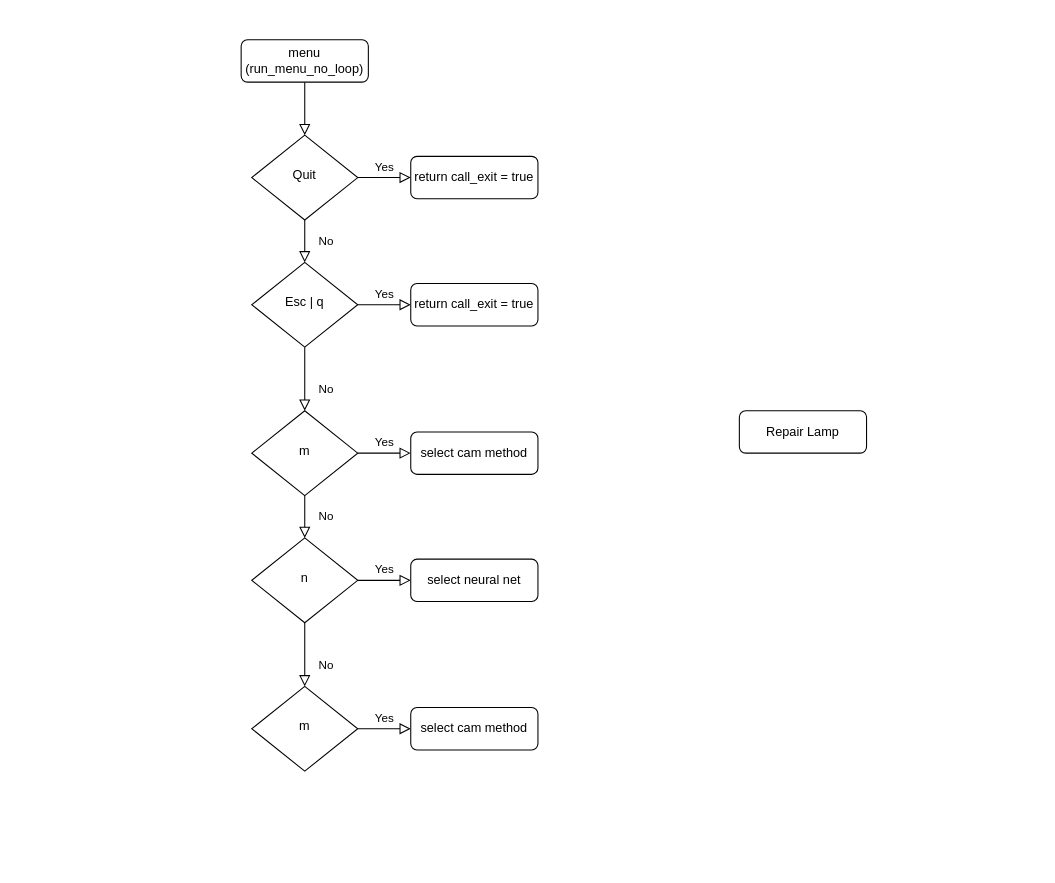
This is Untitled Diagram.drawio from RocaPiedra/XAI-Visualizer, a draw.io file, before an edit. Source tidied: cells renumbered, new cells numbered last; positions are measured from the earlier drawing's top-left corner, leaving out a move shared by most shapes. Both pictures are drawn from the tidied source at 106%, with x=0, y=0 at pixel (241, 39).
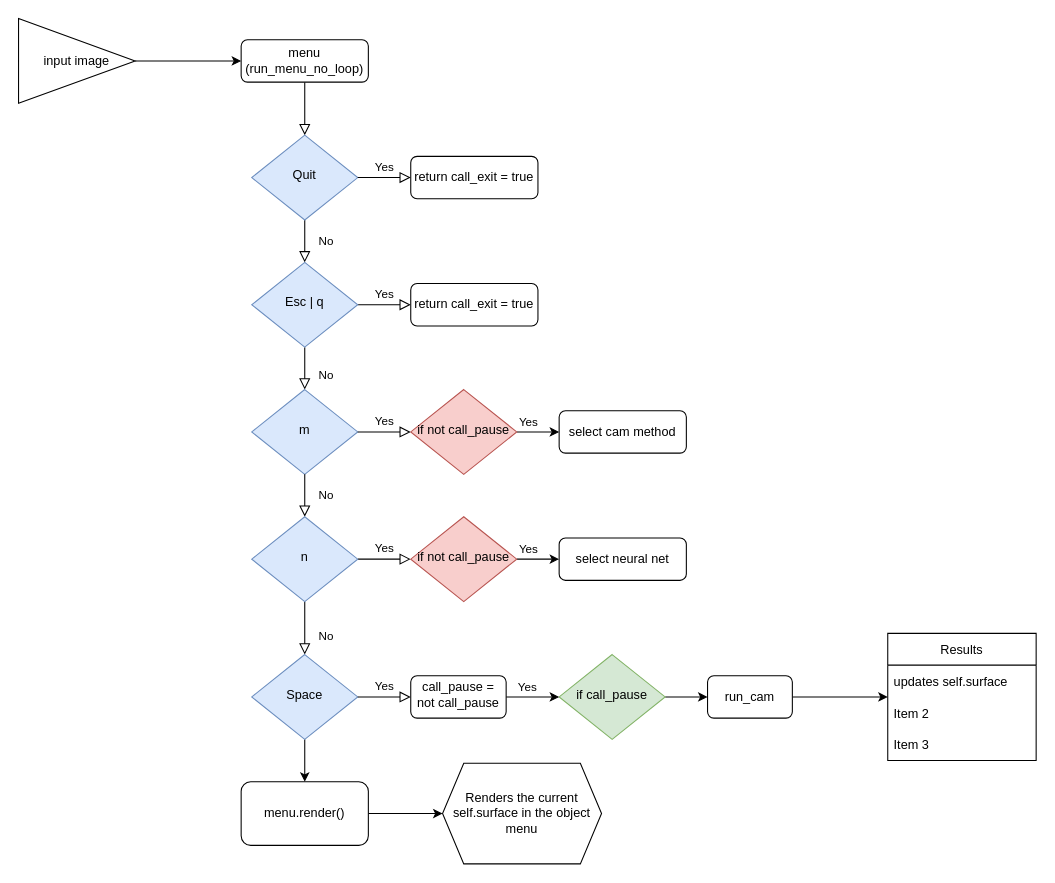
Above is the later version.

The change refers to these unchanged cells:
```xml
<mxCell id="3" value="menu (run_menu_no_loop)" style="rounded=1;whiteSpace=wrap;html=1;fontSize=12;glass=0;strokeWidth=1;shadow=0;" parent="1" vertex="1">
  <mxGeometry width="120" height="40" as="geometry" />
</mxCell>
```

The edit, as a diff of the source:
```diff
@@
-    <mxCell id="5" value="Quit" style="rhombus;whiteSpace=wrap;html=1;shadow=0;fontFamily=Helvetica;fontSize=12;align=center;strokeWidth=1;spacing=6;spacingTop=-4;" parent="1" vertex="1">
+    <mxCell id="5" value="Quit" style="rhombus;whiteSpace=wrap;html=1;shadow=0;fontFamily=Helvetica;fontSize=12;align=center;strokeWidth=1;spacing=6;spacingTop=-4;fillColor=#dae8fc;strokeColor=#6c8ebf;" parent="1" vertex="1">
       <mxGeometry x="10" y="90" width="100" height="80" as="geometry" />
     </mxCell>
@@
-    <mxCell id="9" value="Esc | q" style="rhombus;whiteSpace=wrap;html=1;shadow=0;fontFamily=Helvetica;fontSize=12;align=center;strokeWidth=1;spacing=6;spacingTop=-4;" parent="1" vertex="1">
+    <mxCell id="9" value="Esc | q" style="rhombus;whiteSpace=wrap;html=1;shadow=0;fontFamily=Helvetica;fontSize=12;align=center;strokeWidth=1;spacing=6;spacingTop=-4;fillColor=#dae8fc;strokeColor=#6c8ebf;" parent="1" vertex="1">
       <mxGeometry x="10" y="210" width="100" height="80" as="geometry" />
     </mxCell>
@@
-    <mxCell id="12" value="m" style="rhombus;whiteSpace=wrap;html=1;shadow=0;fontFamily=Helvetica;fontSize=12;align=center;strokeWidth=1;spacing=6;spacingTop=-4;" parent="1" vertex="1">
-      <mxGeometry x="10" y="350" width="100" height="80" as="geometry" />
+    <mxCell id="12" value="m" style="rhombus;whiteSpace=wrap;html=1;shadow=0;fontFamily=Helvetica;fontSize=12;align=center;strokeWidth=1;spacing=6;spacingTop=-4;fillColor=#dae8fc;strokeColor=#6c8ebf;" parent="1" vertex="1">
+      <mxGeometry x="10" y="330" width="100" height="80" as="geometry" />
     </mxCell>
-    <mxCell id="13" value="Repair Lamp" style="rounded=1;whiteSpace=wrap;html=1;fontSize=12;glass=0;strokeWidth=1;shadow=0;" parent="1" vertex="1">
-      <mxGeometry x="470" y="350" width="120" height="40" as="geometry" />
-    </mxCell>
-    <mxCell id="14" value="Yes" style="edgeStyle=orthogonalEdgeStyle;rounded=0;html=1;jettySize=auto;fontSize=11;endArrow=block;endFill=0;endSize=8;strokeWidth=1;shadow=0;labelBackgroundColor=none;" parent="1" edge="1" source="12" target="15">
+    <mxCell id="14" value="Yes" style="edgeStyle=orthogonalEdgeStyle;rounded=0;html=1;jettySize=auto;fontSize=11;endArrow=block;endFill=0;endSize=8;strokeWidth=1;shadow=0;labelBackgroundColor=none;" parent="1" edge="1" source="12" target="31">
       <mxGeometry y="10" relative="1" as="geometry" />
     </mxCell>
-    <mxCell id="15" value="select cam method" style="rounded=1;whiteSpace=wrap;html=1;fontSize=12;glass=0;strokeWidth=1;shadow=0;" parent="1" vertex="1">
-      <mxGeometry x="160" y="370" width="120" height="40" as="geometry" />
-    </mxCell>
@@
-    <mxCell id="17" value="No" style="rounded=0;html=1;jettySize=auto;fontSize=11;endArrow=block;endFill=0;endSize=8;strokeWidth=1;shadow=0;labelBackgroundColor=none;edgeStyle=orthogonalEdgeStyle;" parent="1" edge="1" source="19" target="21">
+    <mxCell id="17" value="No" style="rounded=0;html=1;jettySize=auto;fontSize=11;endArrow=block;endFill=0;endSize=8;strokeWidth=1;shadow=0;labelBackgroundColor=none;edgeStyle=orthogonalEdgeStyle;exitX=0.5;exitY=1;exitDx=0;exitDy=0;" parent="1" edge="1" source="19" target="21">
       <mxGeometry x="0.33" y="20" relative="1" as="geometry" />
     </mxCell>
-    <mxCell id="18" value="Yes" style="edgeStyle=orthogonalEdgeStyle;rounded=0;html=1;jettySize=auto;fontSize=11;endArrow=block;endFill=0;endSize=8;strokeWidth=1;shadow=0;labelBackgroundColor=none;" parent="1" edge="1" source="19" target="20">
+    <mxCell id="18" value="Yes" style="edgeStyle=orthogonalEdgeStyle;rounded=0;html=1;jettySize=auto;fontSize=11;endArrow=block;endFill=0;endSize=8;strokeWidth=1;shadow=0;labelBackgroundColor=none;" parent="1" edge="1" source="19" target="27">
       <mxGeometry y="10" relative="1" as="geometry" />
     </mxCell>
-    <mxCell id="19" value="n" style="rhombus;whiteSpace=wrap;html=1;shadow=0;fontFamily=Helvetica;fontSize=12;align=center;strokeWidth=1;spacing=6;spacingTop=-4;" parent="1" vertex="1">
-      <mxGeometry x="10" y="470" width="100" height="80" as="geometry" />
+    <mxCell id="19" value="n" style="rhombus;whiteSpace=wrap;html=1;shadow=0;fontFamily=Helvetica;fontSize=12;align=center;strokeWidth=1;spacing=6;spacingTop=-4;fillColor=#dae8fc;strokeColor=#6c8ebf;" parent="1" vertex="1">
+      <mxGeometry x="10" y="450" width="100" height="80" as="geometry" />
     </mxCell>
-    <mxCell id="20" value="select neural net" style="rounded=1;whiteSpace=wrap;html=1;fontSize=12;glass=0;strokeWidth=1;shadow=0;" parent="1" vertex="1">
-      <mxGeometry x="160" y="490" width="120" height="40" as="geometry" />
-    </mxCell>
+    <mxCell id="24" style="edgeStyle=orthogonalEdgeStyle;rounded=0;jettySize=auto;html=1;" parent="1" edge="1" source="21" target="40">
+      <mxGeometry relative="1" as="geometry" />
+    </mxCell>
-    <mxCell id="21" value="m" style="rhombus;whiteSpace=wrap;html=1;shadow=0;fontFamily=Helvetica;fontSize=12;align=center;strokeWidth=1;spacing=6;spacingTop=-4;" parent="1" vertex="1">
-      <mxGeometry x="10" y="610" width="100" height="80" as="geometry" />
+    <mxCell id="21" value="Space" style="rhombus;whiteSpace=wrap;html=1;shadow=0;fontFamily=Helvetica;fontSize=12;align=center;strokeWidth=1;spacing=6;spacingTop=-4;fillColor=#dae8fc;strokeColor=#6c8ebf;" parent="1" vertex="1">
+      <mxGeometry x="10" y="580" width="100" height="80" as="geometry" />
     </mxCell>
-    <mxCell id="22" value="Yes" style="edgeStyle=orthogonalEdgeStyle;rounded=0;html=1;jettySize=auto;fontSize=11;endArrow=block;endFill=0;endSize=8;strokeWidth=1;shadow=0;labelBackgroundColor=none;" parent="1" edge="1" source="21" target="23">
+    <mxCell id="22" value="Yes" style="edgeStyle=orthogonalEdgeStyle;rounded=0;html=1;jettySize=auto;fontSize=11;endArrow=block;endFill=0;endSize=8;strokeWidth=1;shadow=0;labelBackgroundColor=none;entryX=0;entryY=0.5;entryDx=0;entryDy=0;" parent="1" edge="1" source="21" target="36">
       <mxGeometry y="10" relative="1" as="geometry" />
     </mxCell>
-    <mxCell id="23" value="select cam method" style="rounded=1;whiteSpace=wrap;html=1;fontSize=12;glass=0;strokeWidth=1;shadow=0;" parent="1" vertex="1">
-      <mxGeometry x="160" y="630" width="120" height="40" as="geometry" />
-    </mxCell>
+    <mxCell id="25" style="edgeStyle=orthogonalEdgeStyle;rounded=0;jettySize=auto;html=1;" parent="1" edge="1" source="27" target="20">
+      <mxGeometry relative="1" as="geometry" />
+    </mxCell>
+    <mxCell id="26" value="Yes" style="edgeLabel;html=1;align=center;verticalAlign=middle;" parent="25" vertex="1">
+      <mxGeometry x="-0.27" y="1" relative="1" as="geometry">
+        <mxPoint x="-5" y="-9" as="offset" />
+      </mxGeometry>
+    </mxCell>
+    <mxCell id="27" value="if not call_pause" style="rhombus;whiteSpace=wrap;html=1;shadow=0;fontFamily=Helvetica;fontSize=12;align=center;strokeWidth=1;spacing=6;spacingTop=-4;fillColor=#f8cecc;strokeColor=#b85450;" parent="1" vertex="1">
+      <mxGeometry x="160" y="450" width="100" height="80" as="geometry" />
+    </mxCell>
+    <mxCell id="28" value="select cam method" style="rounded=1;whiteSpace=wrap;html=1;fontSize=12;glass=0;strokeWidth=1;shadow=0;" parent="1" vertex="1">
+      <mxGeometry x="300" y="350" width="120" height="40" as="geometry" />
+    </mxCell>
+    <mxCell id="20" value="select neural net" style="rounded=1;whiteSpace=wrap;html=1;fontSize=12;glass=0;strokeWidth=1;shadow=0;" parent="1" vertex="1">
+      <mxGeometry x="300" y="470" width="120" height="40" as="geometry" />
+    </mxCell>
+    <mxCell id="29" style="edgeStyle=orthogonalEdgeStyle;rounded=0;jettySize=auto;html=1;" parent="1" edge="1" source="31" target="28">
+      <mxGeometry relative="1" as="geometry" />
+    </mxCell>
+    <mxCell id="30" value="Yes" style="edgeLabel;html=1;align=center;verticalAlign=middle;" parent="29" vertex="1">
+      <mxGeometry x="-0.62" relative="1" as="geometry">
+        <mxPoint x="2" y="-10" as="offset" />
+      </mxGeometry>
+    </mxCell>
+    <mxCell id="31" value="if not call_pause" style="rhombus;whiteSpace=wrap;html=1;shadow=0;fontFamily=Helvetica;fontSize=12;align=center;strokeWidth=1;spacing=6;spacingTop=-4;fillColor=#f8cecc;strokeColor=#b85450;" parent="1" vertex="1">
+      <mxGeometry x="160" y="330" width="100" height="80" as="geometry" />
+    </mxCell>
+    <mxCell id="32" style="edgeStyle=orthogonalEdgeStyle;rounded=0;jettySize=auto;html=1;" parent="1" edge="1" source="33" target="38">
+      <mxGeometry relative="1" as="geometry" />
+    </mxCell>
+    <mxCell id="33" value="if call_pause" style="rhombus;whiteSpace=wrap;html=1;shadow=0;fontFamily=Helvetica;fontSize=12;align=center;strokeWidth=1;spacing=6;spacingTop=-4;fillColor=#d5e8d4;strokeColor=#82b366;" parent="1" vertex="1">
+      <mxGeometry x="300" y="580" width="100" height="80" as="geometry" />
+    </mxCell>
+    <mxCell id="34" style="edgeStyle=orthogonalEdgeStyle;rounded=0;jettySize=auto;html=1;" parent="1" edge="1" source="36" target="33">
+      <mxGeometry relative="1" as="geometry" />
+    </mxCell>
+    <mxCell id="35" value="Yes" style="edgeLabel;html=1;align=center;verticalAlign=middle;" parent="34" vertex="1">
+      <mxGeometry x="-0.26" y="-2" relative="1" as="geometry">
+        <mxPoint y="-12" as="offset" />
+      </mxGeometry>
+    </mxCell>
+    <mxCell id="36" value="call_pause = not call_pause" style="rounded=1;whiteSpace=wrap;html=1;shadow=0;strokeWidth=1;spacing=6;spacingTop=-4;" parent="1" vertex="1">
+      <mxGeometry x="160" y="600" width="90" height="40" as="geometry" />
+    </mxCell>
+    <mxCell id="37" style="edgeStyle=orthogonalEdgeStyle;rounded=0;jettySize=auto;html=1;" parent="1" edge="1" source="38" target="44">
+      <mxGeometry relative="1" as="geometry" />
+    </mxCell>
+    <mxCell id="38" value="run_cam" style="rounded=1;whiteSpace=wrap;html=1;fontSize=12;glass=0;strokeWidth=1;shadow=0;" parent="1" vertex="1">
+      <mxGeometry x="440" y="600" width="80" height="40" as="geometry" />
+    </mxCell>
+    <mxCell id="39" style="edgeStyle=orthogonalEdgeStyle;rounded=0;jettySize=auto;html=1;" parent="1" edge="1" source="40" target="43">
+      <mxGeometry relative="1" as="geometry" />
+    </mxCell>
+    <mxCell id="40" value="menu.render()" style="rounded=1;whiteSpace=wrap;html=1;" parent="1" vertex="1">
+      <mxGeometry y="700" width="120" height="60" as="geometry" />
+    </mxCell>
+    <mxCell id="41" style="edgeStyle=orthogonalEdgeStyle;rounded=0;jettySize=auto;html=1;entryX=0;entryY=0.5;entryDx=0;entryDy=0;" parent="1" edge="1" source="42" target="3">
+      <mxGeometry relative="1" as="geometry" />
+    </mxCell>
+    <mxCell id="42" value="input image" style="triangle;whiteSpace=wrap;html=1;" parent="1" vertex="1">
+      <mxGeometry x="-210" y="-20" width="110" height="80" as="geometry" />
+    </mxCell>
+    <mxCell id="43" value="&lt;span style=&quot;&quot;&gt;Renders the current self.surface in the object menu&lt;/span&gt;" style="shape=hexagon;perimeter=hexagonPerimeter2;whiteSpace=wrap;html=1;fixedSize=1;" parent="1" vertex="1">
+      <mxGeometry x="190" y="682.5" width="150" height="95" as="geometry" />
+    </mxCell>
+    <mxCell id="44" value="Results" style="swimlane;fontStyle=0;horizontal=1;startSize=30;" parent="1" vertex="1">
+      <mxGeometry x="610" y="560" width="140" height="120" as="geometry" />
+    </mxCell>
+    <mxCell id="45" value="updates self.surface" style="text;strokeColor=none;fillColor=none;align=left;verticalAlign=middle;spacingLeft=4;spacingRight=4;overflow=hidden;" parent="44" vertex="1">
+      <mxGeometry y="30" width="140" height="30" as="geometry" />
+    </mxCell>
+    <mxCell id="46" value="Item 2" style="text;strokeColor=none;fillColor=none;align=left;verticalAlign=middle;spacingLeft=4;spacingRight=4;overflow=hidden;" parent="44" vertex="1">
+      <mxGeometry y="60" width="140" height="30" as="geometry" />
+    </mxCell>
+    <mxCell id="47" value="Item 3" style="text;strokeColor=none;fillColor=none;align=left;verticalAlign=middle;spacingLeft=4;spacingRight=4;overflow=hidden;" parent="44" vertex="1">
+      <mxGeometry y="90" width="140" height="30" as="geometry" />
+    </mxCell>
```
